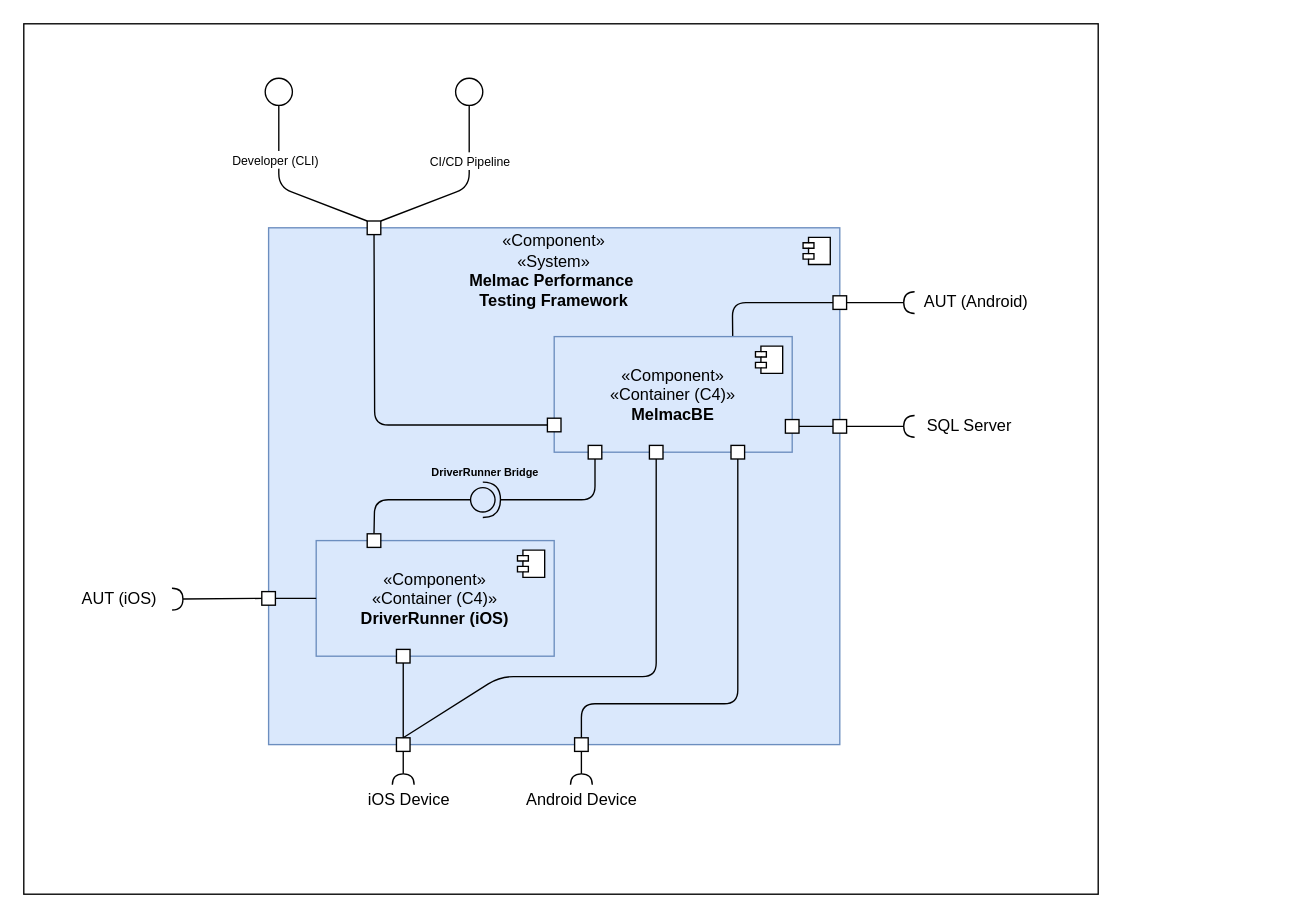
This is docs/global-artifacts/03.design/logical-view/level-2/drawio/L2-LV.drawio from Mindera/Alfie-Melmac-Performance-Testing, a draw.io file, before an edit. Source tidied: cells renumbered, new cells numbered last; positions are measured from the earlier drawing's top-left corner, leaving out a move shared by most shapes. Both pictures are drawn from the tidied source at 136%, with x=0, y=0 at pixel (23, 23).
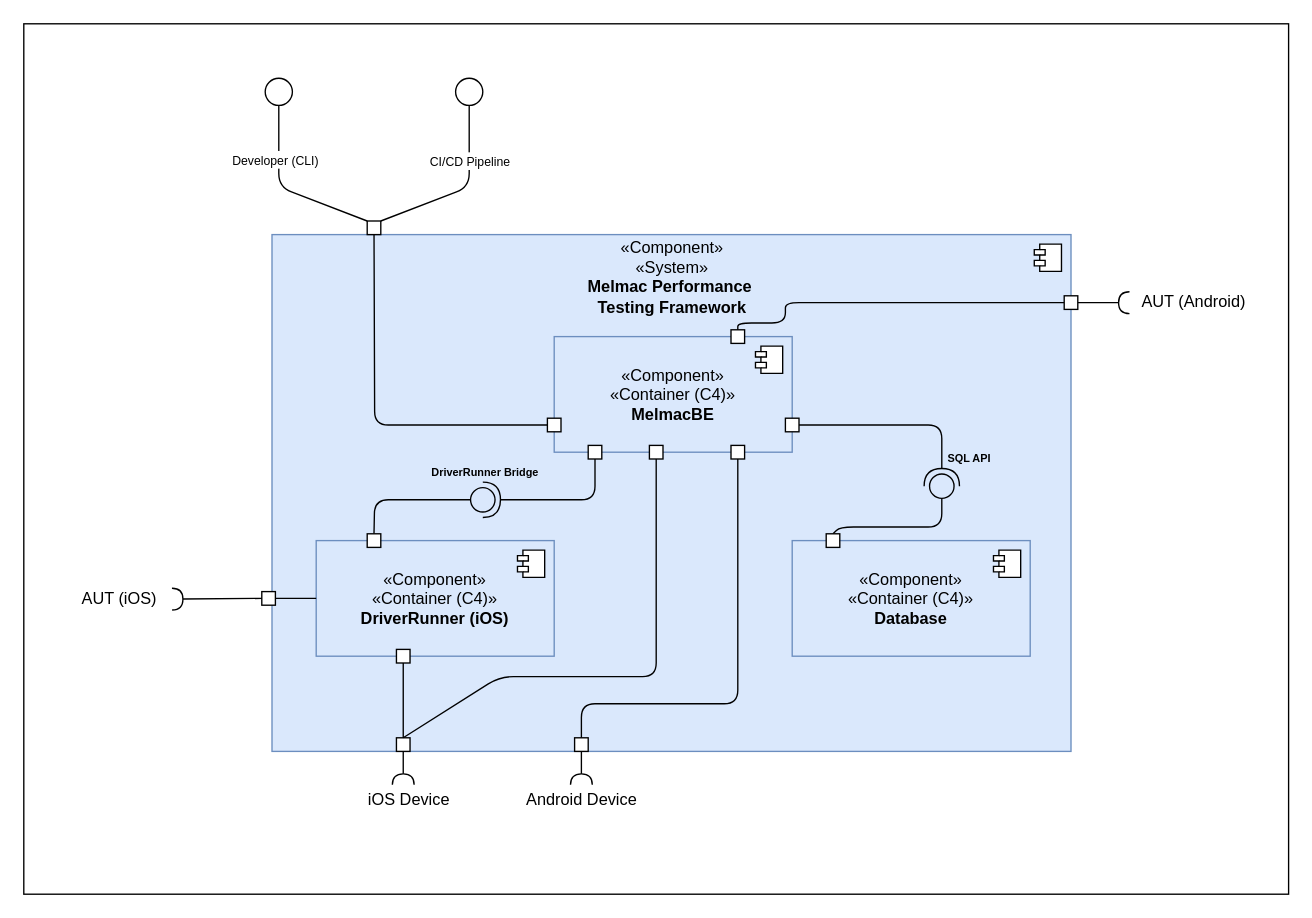
After the change.

The change refers to these unchanged cells:
```xml
<mxCell id="26" value="«Component»&lt;div&gt;«Container (C4)»&lt;/div&gt;&lt;div&gt;&lt;span style=&quot;background-color: transparent;&quot;&gt;&lt;b&gt;&lt;font style=&quot;color: rgb(0, 0, 0);&quot;&gt;MelmacBE&lt;/font&gt;&lt;/b&gt;&lt;/span&gt;&lt;/div&gt;" style="html=1;whiteSpace=wrap;fillColor=#dae8fc;strokeColor=#6c8ebf;" parent="3" vertex="1">
  <mxGeometry x="390" y="230" width="175" height="85" as="geometry" />
</mxCell>
```

The edit, as a diff of the source:
```diff
@@
     <mxCell id="2" style="rounded=0;whiteSpace=wrap;html=1;" parent="1" vertex="1">
-      <mxGeometry width="790" height="640" as="geometry" />
+      <mxGeometry width="930" height="640" as="geometry" />
     </mxCell>
@@
     <mxCell id="4" value="«Component»&lt;div&gt;«System»&lt;/div&gt;&lt;div&gt;&lt;b&gt;&lt;font style=&quot;color: rgb(0, 0, 0);&quot;&gt;Melmac Performance&amp;nbsp;&lt;/font&gt;&lt;/b&gt;&lt;/div&gt;&lt;div&gt;&lt;b style=&quot;color: rgb(63, 63, 63);&quot;&gt;&lt;font style=&quot;color: rgb(0, 0, 0);&quot;&gt;Testing Framework&lt;/font&gt;&lt;/b&gt;&lt;/div&gt;&lt;div&gt;&lt;br&gt;&lt;/div&gt;&lt;div&gt;&lt;br&gt;&lt;/div&gt;&lt;div&gt;&lt;br&gt;&lt;/div&gt;&lt;div&gt;&lt;br&gt;&lt;/div&gt;&lt;div&gt;&lt;br&gt;&lt;/div&gt;&lt;div&gt;&lt;br&gt;&lt;/div&gt;&lt;div&gt;&lt;br&gt;&lt;/div&gt;&lt;div&gt;&lt;br&gt;&lt;/div&gt;&lt;div&gt;&lt;br&gt;&lt;/div&gt;&lt;div&gt;&lt;br&gt;&lt;/div&gt;&lt;div&gt;&lt;br&gt;&lt;/div&gt;&lt;div&gt;&lt;br&gt;&lt;/div&gt;&lt;div&gt;&lt;br&gt;&lt;/div&gt;&lt;div&gt;&lt;br&gt;&lt;/div&gt;&lt;div&gt;&lt;br&gt;&lt;/div&gt;&lt;div&gt;&lt;br&gt;&lt;/div&gt;&lt;div&gt;&lt;br&gt;&lt;/div&gt;&lt;div&gt;&lt;br&gt;&lt;/div&gt;&lt;div&gt;&lt;br&gt;&lt;/div&gt;&lt;div&gt;&lt;br&gt;&lt;/div&gt;&lt;div&gt;&lt;br&gt;&lt;br&gt;&lt;/div&gt;" style="html=1;whiteSpace=wrap;fillColor=#dae8fc;strokeColor=#6c8ebf;" parent="3" vertex="1">
-      <mxGeometry x="180" y="150" width="420" height="380" as="geometry" />
+      <mxGeometry x="182.5" y="155" width="587.5" height="380" as="geometry" />
     </mxCell>
@@
-    <mxCell id="18" style="whiteSpace=wrap;html=1;" parent="3" vertex="1">
-      <mxGeometry x="595" y="291" width="10" height="10" as="geometry" />
-    </mxCell>
-    <mxCell id="19" style="rounded=0;jettySize=auto;html=1;endArrow=halfCircle;endFill=0;endSize=6;strokeWidth=1;sketch=0;fontSize=12;curved=1;entryX=0.5;entryY=0.5;entryDx=0;entryDy=0;exitX=1;exitY=0.5;exitDx=0;exitDy=0;entryPerimeter=0;" parent="3" edge="1" source="18">
-      <mxGeometry relative="1" as="geometry">
-        <mxPoint x="655" y="296" as="targetPoint" />
-      </mxGeometry>
-    </mxCell>
-    <mxCell id="20" value="SQL Server" style="text;html=1;align=center;verticalAlign=middle;strokeColor=none;fillColor=none;rotation=0;" parent="3" vertex="1">
-      <mxGeometry x="650" y="281" width="90" height="30" as="geometry" />
-    </mxCell>
@@
-    <mxCell id="25" style="edgeStyle=none;html=1;exitX=0.75;exitY=0;exitDx=0;exitDy=0;entryX=0;entryY=0.5;entryDx=0;entryDy=0;endArrow=none;endFill=0;" parent="3" edge="1" source="26" target="45">
+    <mxCell id="25" style="edgeStyle=none;html=1;exitX=0.5;exitY=0;exitDx=0;exitDy=0;entryX=0;entryY=0.5;entryDx=0;entryDy=0;endArrow=none;endFill=0;" parent="3" edge="1" source="58" target="45">
       <mxGeometry relative="1" as="geometry">
         <Array as="points">
-          <mxPoint x="521" y="205" />
+          <mxPoint x="525" y="220" />
+          <mxPoint x="560" y="220" />
+          <mxPoint x="560" y="205" />
         </Array>
       </mxGeometry>
     </mxCell>
@@
-    <mxCell id="28" style="edgeStyle=none;html=1;exitX=1;exitY=0.5;exitDx=0;exitDy=0;entryX=0;entryY=0.5;entryDx=0;entryDy=0;endArrow=none;endFill=0;" parent="3" edge="1" source="29" target="18">
-      <mxGeometry relative="1" as="geometry" />
-    </mxCell>
-    <mxCell id="29" style="whiteSpace=wrap;html=1;" parent="3" vertex="1">
-      <mxGeometry x="560" y="291" width="10" height="10" as="geometry" />
-    </mxCell>
@@
     <mxCell id="45" style="whiteSpace=wrap;html=1;" parent="3" vertex="1">
-      <mxGeometry x="595" y="200" width="10" height="10" as="geometry" />
+      <mxGeometry x="765" y="200" width="10" height="10" as="geometry" />
     </mxCell>
-    <mxCell id="46" style="rounded=0;jettySize=auto;html=1;endArrow=halfCircle;endFill=0;endSize=6;strokeWidth=1;sketch=0;fontSize=12;curved=1;exitX=1;exitY=0.5;exitDx=0;exitDy=0;" parent="3" edge="1" source="45">
-      <mxGeometry relative="1" as="geometry">
-        <mxPoint x="655" y="205" as="targetPoint" />
-      </mxGeometry>
+    <mxCell id="46" style="rounded=0;jettySize=auto;html=1;endArrow=halfCircle;endFill=0;endSize=6;strokeWidth=1;sketch=0;fontSize=12;curved=1;exitX=1;exitY=0.5;exitDx=0;exitDy=0;entryX=0.03;entryY=0.502;entryDx=0;entryDy=0;entryPerimeter=0;" parent="3" edge="1" source="45" target="47">
+      <mxGeometry relative="1" as="geometry" />
     </mxCell>
     <mxCell id="47" value="AUT (Android)" style="text;html=1;align=center;verticalAlign=middle;points=[];strokeColor=none;fillColor=none;rotation=0;" parent="3" vertex="1">
-      <mxGeometry x="650" y="190" width="100" height="30" as="geometry" />
+      <mxGeometry x="810" y="190" width="100" height="30" as="geometry" />
     </mxCell>
@@
+    <mxCell id="52" style="whiteSpace=wrap;html=1;" parent="3" vertex="1">
+      <mxGeometry x="560" y="290" width="10" height="10" as="geometry" />
+    </mxCell>
+    <mxCell id="53" value="«Component»&lt;div&gt;«Container (C4)»&lt;/div&gt;&lt;div&gt;&lt;span style=&quot;background-color: transparent;&quot;&gt;&lt;b&gt;&lt;font style=&quot;color: rgb(0, 0, 0);&quot;&gt;Database&lt;/font&gt;&lt;/b&gt;&lt;/span&gt;&lt;/div&gt;" style="html=1;whiteSpace=wrap;fillColor=#dae8fc;strokeColor=#6c8ebf;" parent="3" vertex="1">
+      <mxGeometry x="565" y="380" width="175" height="85" as="geometry" />
+    </mxCell>
+    <mxCell id="54" style="shape=module;jettyWidth=8;jettyHeight=4;" parent="53" vertex="1">
+      <mxGeometry x="1" width="20" height="20" relative="1" as="geometry">
+        <mxPoint x="-27" y="7" as="offset" />
+      </mxGeometry>
+    </mxCell>
+    <mxCell id="55" style="edgeStyle=none;html=1;exitX=1;exitY=0.5;exitDx=0;exitDy=0;endArrow=halfCircle;endFill=0;strokeWidth=1;endSize=11;" parent="3" edge="1" source="52">
+      <mxGeometry relative="1" as="geometry">
+        <mxPoint x="675" y="340" as="targetPoint" />
+        <Array as="points">
+          <mxPoint x="675" y="295" />
+        </Array>
+      </mxGeometry>
+    </mxCell>
+    <mxCell id="56" style="edgeStyle=none;html=1;exitX=0.5;exitY=0;exitDx=0;exitDy=0;endArrow=oval;endFill=0;endSize=18;" parent="3" edge="1" source="57">
+      <mxGeometry relative="1" as="geometry">
+        <mxPoint x="675" y="340" as="targetPoint" />
+        <Array as="points">
+          <mxPoint x="600" y="370" />
+          <mxPoint x="675" y="370" />
+        </Array>
+      </mxGeometry>
+    </mxCell>
+    <mxCell id="57" style="whiteSpace=wrap;html=1;" parent="3" vertex="1">
+      <mxGeometry x="590" y="375" width="10" height="10" as="geometry" />
+    </mxCell>
+    <mxCell id="58" style="whiteSpace=wrap;html=1;" parent="3" vertex="1">
+      <mxGeometry x="520" y="225" width="10" height="10" as="geometry" />
+    </mxCell>
+    <mxCell id="59" value="SQL API" style="text;html=1;align=center;verticalAlign=middle;strokeColor=none;fillColor=none;fontStyle=1;fontSize=8;" parent="3" vertex="1">
+      <mxGeometry x="670" y="310" width="50" height="20" as="geometry" />
+    </mxCell>
```
